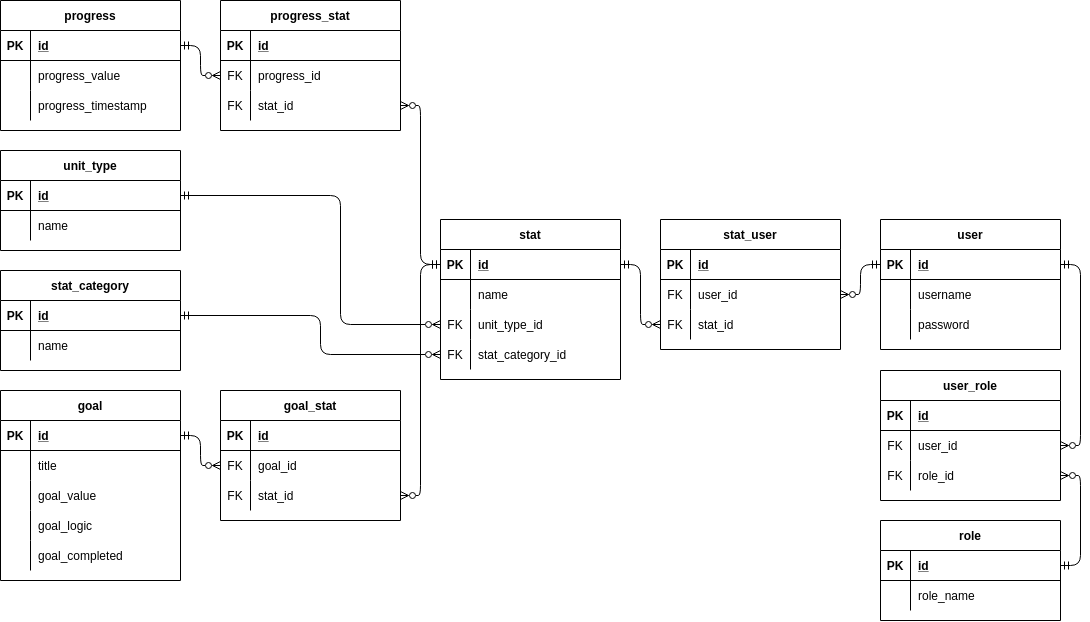
Above: res/Diagrams.drawio.png in PSFHU/habitStats (draw.io), before the change. Source tidied: cells renumbered, new cells last; positions are measured from the earlier drawing's top-left corner, leaving out a move shared by most shapes.
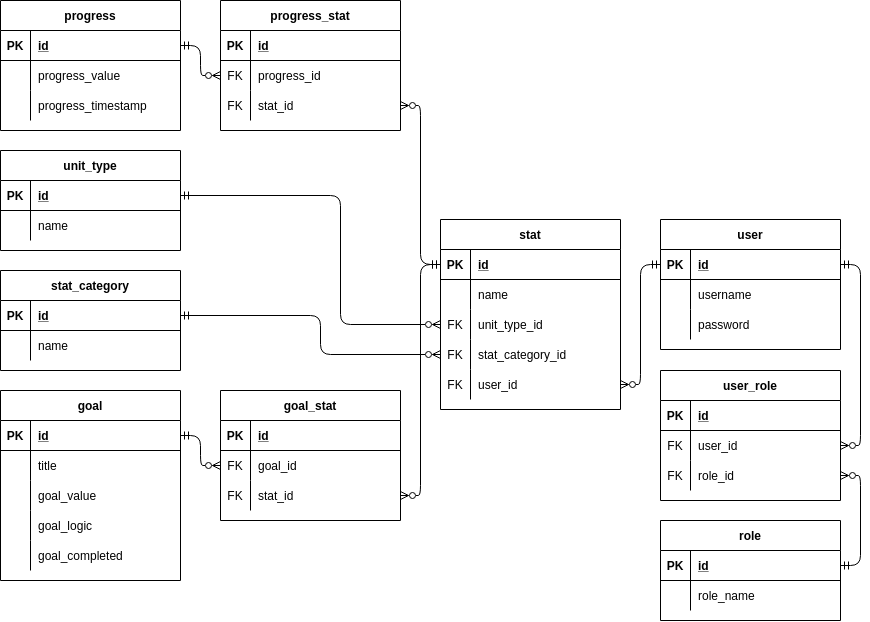
Above is the later version.

Commit message:
ERD DFD optimazation - Diagram

Change to the diagram source:
```diff
@@ -84,7 +84,7 @@
       <mxGeometry x="30" width="150" height="30" as="geometry" />
     </mxCell>
     <mxCell id="29" value="stat" style="shape=table;startSize=30;rowLines=0;fontStyle=1;align=center;" parent="1" vertex="1">
-      <mxGeometry x="440" y="219" width="180" height="160" as="geometry" />
+      <mxGeometry x="440" y="219" width="180" height="190" as="geometry" />
     </mxCell>
     <mxCell id="30" style="shape=partialRectangle;fillColor=none;top=0;left=0;bottom=1;right=0;points=[[0,0.5],[1,0.5]];portConstraint=eastwest;" parent="29" vertex="1">
       <mxGeometry y="30" width="180" height="30" as="geometry" />
@@ -122,6 +122,15 @@
     <mxCell id="41" value="stat_category_id" style="shape=partialRectangle;fillColor=none;top=0;left=0;bottom=0;right=0;align=left;spacingLeft=6;overflow=hidden;" parent="39" vertex="1">
       <mxGeometry x="30" width="150" height="30" as="geometry" />
     </mxCell>
+    <mxCell id="122" style="shape=partialRectangle;fillColor=none;top=0;left=0;bottom=0;right=0;points=[[0,0.5],[1,0.5]];portConstraint=eastwest;" parent="29" vertex="1">
+      <mxGeometry y="150" width="180" height="30" as="geometry" />
+    </mxCell>
+    <mxCell id="123" value="FK" style="shape=partialRectangle;fillColor=none;top=0;left=0;bottom=0;right=0;overflow=hidden;" parent="122" vertex="1">
+      <mxGeometry width="30" height="30" as="geometry" />
+    </mxCell>
+    <mxCell id="98" value="user_id" style="shape=partialRectangle;fillColor=none;top=0;left=0;bottom=0;right=0;align=left;spacingLeft=6;overflow=hidden;" parent="122" vertex="1">
+      <mxGeometry x="30" width="150" height="30" as="geometry" />
+    </mxCell>
     <mxCell id="42" value="goal" style="shape=table;startSize=30;rowLines=0;fontStyle=1;align=center;" parent="1" vertex="1">
       <mxGeometry y="390" width="180" height="190" as="geometry" />
     </mxCell>
@@ -192,7 +201,7 @@
       <mxGeometry x="30" width="150" height="30" as="geometry" />
     </mxCell>
     <mxCell id="65" value="user" style="shape=table;startSize=30;rowLines=0;fontStyle=1;align=center;" parent="1" vertex="1">
-      <mxGeometry x="880" y="219" width="180" height="130" as="geometry" />
+      <mxGeometry x="660" y="219" width="180" height="130" as="geometry" />
     </mxCell>
     <mxCell id="66" style="shape=partialRectangle;fillColor=none;top=0;left=0;bottom=1;right=0;points=[[0,0.5],[1,0.5]];portConstraint=eastwest;" parent="65" vertex="1">
       <mxGeometry y="30" width="180" height="30" as="geometry" />
@@ -222,7 +231,7 @@
       <mxGeometry x="30" width="150" height="30" as="geometry" />
     </mxCell>
     <mxCell id="75" value="role" style="shape=table;startSize=30;rowLines=0;fontStyle=1;align=center;" parent="1" vertex="1">
-      <mxGeometry x="880" y="520" width="180" height="100" as="geometry" />
+      <mxGeometry x="660" y="520" width="180" height="100" as="geometry" />
     </mxCell>
     <mxCell id="76" style="shape=partialRectangle;fillColor=none;top=0;left=0;bottom=1;right=0;points=[[0,0.5],[1,0.5]];portConstraint=eastwest;" parent="75" vertex="1">
       <mxGeometry y="30" width="180" height="30" as="geometry" />
@@ -243,7 +252,7 @@
       <mxGeometry x="30" width="150" height="30" as="geometry" />
     </mxCell>
     <mxCell id="82" value="user_role" style="shape=table;startSize=30;rowLines=0;fontStyle=1;align=center;" parent="1" vertex="1">
-      <mxGeometry x="880" y="370" width="180" height="130" as="geometry" />
+      <mxGeometry x="660" y="370" width="180" height="130" as="geometry" />
     </mxCell>
     <mxCell id="83" style="shape=partialRectangle;fillColor=none;top=0;left=0;bottom=1;right=0;" parent="82" vertex="1">
       <mxGeometry y="30" width="180" height="30" as="geometry" />
@@ -272,36 +281,6 @@
     <mxCell id="91" value="role_id" style="shape=partialRectangle;fillColor=none;top=0;left=0;bottom=0;right=0;align=left;spacingLeft=6;overflow=hidden;" parent="89" vertex="1">
       <mxGeometry x="30" width="150" height="30" as="geometry" />
     </mxCell>
-    <mxCell id="92" value="stat_user" style="shape=table;startSize=30;rowLines=0;fontStyle=1;align=center;" parent="1" vertex="1">
-      <mxGeometry x="660" y="219" width="180" height="130" as="geometry" />
-    </mxCell>
-    <mxCell id="93" style="shape=partialRectangle;fillColor=none;top=0;left=0;bottom=1;right=0;" parent="92" vertex="1">
-      <mxGeometry y="30" width="180" height="30" as="geometry" />
-    </mxCell>
-    <mxCell id="94" value="PK" style="shape=partialRectangle;fillColor=none;top=0;left=0;bottom=0;right=0;fontStyle=1;overflow=hidden;" parent="93" vertex="1">
-      <mxGeometry width="30" height="30" as="geometry" />
-    </mxCell>
-    <mxCell id="95" value="id" style="shape=partialRectangle;fillColor=none;top=0;left=0;bottom=0;right=0;align=left;spacingLeft=6;fontStyle=5;overflow=hidden;" parent="93" vertex="1">
-      <mxGeometry x="30" width="150" height="30" as="geometry" />
-    </mxCell>
-    <mxCell id="96" style="shape=partialRectangle;fillColor=none;top=0;left=0;bottom=0;right=0;points=[[0,0.5],[1,0.5]];portConstraint=eastwest;" parent="92" vertex="1">
-      <mxGeometry y="60" width="180" height="30" as="geometry" />
-    </mxCell>
-    <mxCell id="97" value="FK" style="shape=partialRectangle;fillColor=none;top=0;left=0;bottom=0;right=0;overflow=hidden;" parent="96" vertex="1">
-      <mxGeometry width="30" height="30" as="geometry" />
-    </mxCell>
-    <mxCell id="98" value="user_id" style="shape=partialRectangle;fillColor=none;top=0;left=0;bottom=0;right=0;align=left;spacingLeft=6;overflow=hidden;" parent="96" vertex="1">
-      <mxGeometry x="30" width="150" height="30" as="geometry" />
-    </mxCell>
-    <mxCell id="99" style="shape=partialRectangle;fillColor=none;top=0;left=0;bottom=0;right=0;points=[[0,0.5],[1,0.5]];portConstraint=eastwest;" parent="92" vertex="1">
-      <mxGeometry y="90" width="180" height="30" as="geometry" />
-    </mxCell>
-    <mxCell id="100" value="FK" style="shape=partialRectangle;fillColor=none;top=0;left=0;bottom=0;right=0;overflow=hidden;" parent="99" vertex="1">
-      <mxGeometry width="30" height="30" as="geometry" />
-    </mxCell>
-    <mxCell id="101" value="stat_id" style="shape=partialRectangle;fillColor=none;top=0;left=0;bottom=0;right=0;align=left;spacingLeft=6;overflow=hidden;" parent="99" vertex="1">
-      <mxGeometry x="30" width="150" height="30" as="geometry" />
-    </mxCell>
     <mxCell id="102" value="goal_stat" style="shape=table;startSize=30;rowLines=0;fontStyle=1;align=center;" parent="1" vertex="1">
       <mxGeometry x="220" y="390" width="180" height="130" as="geometry" />
     </mxCell>
@@ -332,12 +311,6 @@
     <mxCell id="111" value="stat_id" style="shape=partialRectangle;fillColor=none;top=0;left=0;bottom=0;right=0;align=left;spacingLeft=6;overflow=hidden;" parent="109" vertex="1">
       <mxGeometry x="30" width="150" height="30" as="geometry" />
     </mxCell>
-    <mxCell id="112" style="edgeStyle=orthogonalEdgeStyle;html=1;exitX=1;exitY=0.5;exitDx=0;exitDy=0;entryX=0;entryY=0.5;entryDx=0;entryDy=0;startArrow=ERmandOne;startFill=0;endArrow=ERzeroToMany;endFill=0;" parent="1" edge="1" source="30" target="99">
-      <mxGeometry relative="1" as="geometry" />
-    </mxCell>
-    <mxCell id="113" style="edgeStyle=orthogonalEdgeStyle;html=1;exitX=0;exitY=0.5;exitDx=0;exitDy=0;startArrow=ERmandOne;startFill=0;endArrow=ERzeroToMany;endFill=0;entryX=1;entryY=0.5;entryDx=0;entryDy=0;" parent="1" edge="1" source="66" target="96">
-      <mxGeometry relative="1" as="geometry" />
-    </mxCell>
     <mxCell id="114" style="edgeStyle=orthogonalEdgeStyle;html=1;exitX=0;exitY=0.5;exitDx=0;exitDy=0;entryX=1;entryY=0.5;entryDx=0;entryDy=0;startArrow=ERzeroToMany;startFill=0;endArrow=ERmandOne;endFill=0;" parent="1" edge="1" source="16" target="3">
       <mxGeometry relative="1" as="geometry" />
     </mxCell>
@@ -369,18 +342,21 @@
     <mxCell id="120" style="edgeStyle=orthogonalEdgeStyle;html=1;exitX=1;exitY=0.5;exitDx=0;exitDy=0;entryX=1;entryY=0.5;entryDx=0;entryDy=0;startArrow=ERzeroToMany;startFill=0;endArrow=ERmandOne;endFill=0;" parent="1" edge="1" source="89" target="76">
       <mxGeometry relative="1" as="geometry">
         <Array as="points">
-          <mxPoint x="1080" y="475" />
-          <mxPoint x="1080" y="565" />
+          <mxPoint x="860" y="475" />
+          <mxPoint x="860" y="565" />
         </Array>
       </mxGeometry>
     </mxCell>
     <mxCell id="121" style="edgeStyle=orthogonalEdgeStyle;html=1;exitX=1;exitY=0.5;exitDx=0;exitDy=0;entryX=1;entryY=0.5;entryDx=0;entryDy=0;startArrow=ERzeroToMany;startFill=0;endArrow=ERmandOne;endFill=0;" parent="1" edge="1" source="86" target="66">
       <mxGeometry relative="1" as="geometry">
         <Array as="points">
-          <mxPoint x="1080" y="445" />
-          <mxPoint x="1080" y="264" />
+          <mxPoint x="860" y="445" />
+          <mxPoint x="860" y="264" />
         </Array>
       </mxGeometry>
     </mxCell>
+    <mxCell id="124" style="edgeStyle=orthogonalEdgeStyle;html=1;exitX=1;exitY=0.5;exitDx=0;exitDy=0;entryX=0;entryY=0.5;entryDx=0;entryDy=0;shadow=0;startArrow=ERzeroToMany;startFill=0;endArrow=ERmandOne;endFill=0;" parent="1" edge="1" source="122" target="66">
+      <mxGeometry relative="1" as="geometry" />
+    </mxCell>
   </root>
 </mxGraphModel>
```
